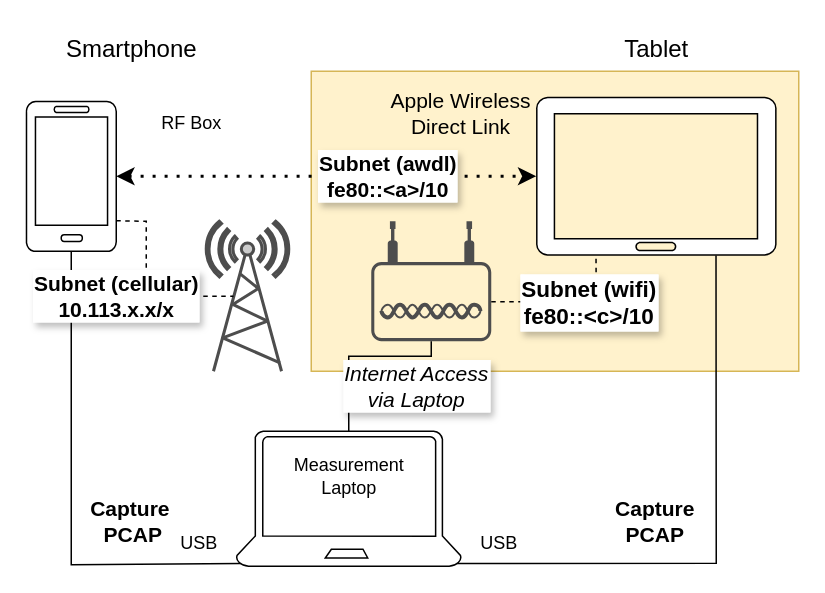
Before: resources/AirDrop Test 3.drawio in JustusvonderBeek/master-thesis-scripts-and-measures, a draw.io diagram. Source tidied: cells renumbered, new cells numbered last; positions are measured from the earlier drawing's top-left corner, leaving out a move shared by most shapes. Both pictures are drawn from the tidied source at 150%, with x=0, y=0 at pixel (26, 26).
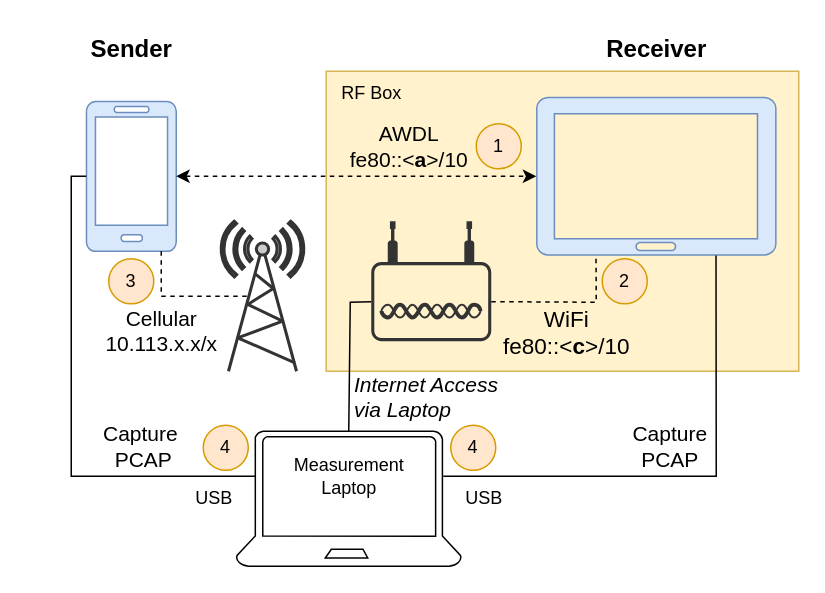
Above is the later version.

The change refers to these unchanged cells:
```xml
<mxCell id="18" style="verticalLabelPosition=bottom;html=1;verticalAlign=top;align=center;strokeColor=default;fillColor=#FFFFFF;shape=mxgraph.azure.laptop;" parent="1" vertex="1">
  <mxGeometry x="140" y="270" width="150" height="90" as="geometry" />
</mxCell>
```

Diff of the diagram source:
```diff
@@
     <mxCell id="2" style="rounded=0;whiteSpace=wrap;html=1;fillColor=#fff2cc;strokeColor=#d6b656;" parent="1" vertex="1">
-      <mxGeometry x="190" y="30" width="325" height="200" as="geometry" />
+      <mxGeometry x="200" y="30" width="315" height="200" as="geometry" />
     </mxCell>
-    <mxCell id="3" style="verticalLabelPosition=bottom;html=1;verticalAlign=top;align=center;shape=mxgraph.azure.mobile;" parent="1" vertex="1">
-      <mxGeometry y="50" width="60" height="100" as="geometry" />
+    <mxCell id="3" style="verticalLabelPosition=bottom;html=1;verticalAlign=top;align=center;shape=mxgraph.azure.mobile;fillColor=#dae8fc;strokeColor=#6c8ebf;" parent="1" vertex="1">
+      <mxGeometry x="40" y="50" width="60" height="100" as="geometry" />
     </mxCell>
-    <mxCell id="4" style="verticalLabelPosition=bottom;html=1;verticalAlign=top;align=center;shape=mxgraph.azure.tablet;" parent="1" vertex="1">
+    <mxCell id="4" style="verticalLabelPosition=bottom;html=1;verticalAlign=top;align=center;shape=mxgraph.azure.tablet;fillColor=#dae8fc;strokeColor=#6c8ebf;" parent="1" vertex="1">
       <mxGeometry x="340" y="47.5" width="160" height="105" as="geometry" />
     </mxCell>
     <mxCell id="5" value="RF Box" style="text;html=1;align=center;verticalAlign=middle;strokeColor=none;fillColor=none;" parent="1" vertex="1">
-      <mxGeometry x="80" y="50" width="60" height="30" as="geometry" />
+      <mxGeometry x="200" y="30" width="60" height="30" as="geometry" />
     </mxCell>
-    <mxCell id="6" value="Subnet (awdl)&lt;br&gt;&lt;div style=&quot;font-size: 14px;&quot;&gt;fe80::&amp;lt;a&amp;gt;/10&lt;br style=&quot;font-size: 14px;&quot;&gt;&lt;/div&gt;" style="endArrow=classic;dashed=1;html=1;dashPattern=1 3;strokeWidth=2;rounded=0;exitX=1;exitY=0.5;exitDx=0;exitDy=0;exitPerimeter=0;entryX=0;entryY=0.5;entryDx=0;entryDy=0;entryPerimeter=0;startArrow=classic;startFill=1;endFill=1;fontStyle=1;fontSize=14;labelBorderColor=#FFFFFF;textShadow=1;spacingLeft=0;spacingRight=0;spacing=2;" parent="1" edge="1" source="3" target="4">
+    <mxCell id="6" value="AWDL&lt;br&gt;&lt;div style=&quot;font-size: 14px;&quot;&gt;fe80::&amp;lt;&lt;b&gt;a&lt;/b&gt;&amp;gt;/10&lt;br style=&quot;font-size: 14px;&quot;&gt;&lt;/div&gt;" style="endArrow=classic;dashed=1;html=1;strokeWidth=1;rounded=0;exitX=1;exitY=0.5;exitDx=0;exitDy=0;exitPerimeter=0;entryX=0;entryY=0.5;entryDx=0;entryDy=0;entryPerimeter=0;startArrow=classic;startFill=1;endFill=1;fontStyle=0;fontSize=14;labelBorderColor=none;textShadow=0;spacingLeft=0;spacingRight=0;spacing=2;labelBackgroundColor=none;verticalAlign=bottom;" parent="1" edge="1" source="3" target="4">
       <mxGeometry x="0.29" relative="1" as="geometry" />
     </mxCell>
-    <mxCell id="7" value="Smartphone" style="text;html=1;align=center;verticalAlign=middle;strokeColor=none;fillColor=none;fontSize=16;" parent="1" vertex="1">
-      <mxGeometry x="15" width="110" height="30" as="geometry" />
+    <mxCell id="7" value="Sender" style="text;html=1;align=center;verticalAlign=middle;strokeColor=none;fillColor=none;fontSize=16;fontStyle=1;" parent="1" vertex="1">
+      <mxGeometry x="30" width="80" height="30" as="geometry" />
     </mxCell>
-    <mxCell id="8" value="Apple Wireless Direct Link" style="text;whiteSpace=wrap;html=1;fontSize=14;align=center;" parent="1" vertex="1">
-      <mxGeometry x="240" y="35" width="100" height="45" as="geometry" />
-    </mxCell>
-    <mxCell id="9" value="&lt;div&gt;Capture&amp;nbsp;&lt;/div&gt;&lt;div&gt;PCAP&lt;/div&gt;" style="endArrow=none;html=1;rounded=0;exitX=0.5;exitY=1;exitDx=0;exitDy=0;exitPerimeter=0;entryX=0.02;entryY=0.98;entryDx=0;entryDy=0;entryPerimeter=0;fontSize=14;fontStyle=1;" parent="1" edge="1" source="3" target="18">
-      <mxGeometry x="0.55" y="29" relative="1" as="geometry">
+    <mxCell id="9" value="&lt;div&gt;Capture&amp;nbsp;&lt;/div&gt;&lt;div&gt;PCAP&lt;/div&gt;" style="endArrow=none;html=1;rounded=0;exitX=0;exitY=0.5;exitDx=0;exitDy=0;exitPerimeter=0;fontSize=14;fontStyle=0;verticalAlign=bottom;" parent="1" edge="1" source="3">
+      <mxGeometry x="0.55" relative="1" as="geometry">
+        <mxPoint x="153" y="300" as="targetPoint" />
         <Array as="points">
-          <mxPoint x="30" y="359" />
+          <mxPoint x="30" y="100" />
+          <mxPoint x="30" y="300" />
         </Array>
       </mxGeometry>
     </mxCell>
     <mxCell id="10" value="USB" style="text;html=1;align=center;verticalAlign=middle;strokeColor=none;fillColor=none;" parent="1" vertex="1">
-      <mxGeometry x="90" y="330" width="50" height="30" as="geometry" />
+      <mxGeometry x="100" y="300" width="50" height="30" as="geometry" />
     </mxCell>
-    <mxCell id="11" value="Tablet" style="text;html=1;align=center;verticalAlign=middle;strokeColor=none;fillColor=none;fontSize=16;" parent="1" vertex="1">
-      <mxGeometry x="385" width="70" height="30" as="geometry" />
+    <mxCell id="11" value="Receiver" style="text;html=1;align=center;verticalAlign=middle;strokeColor=none;fillColor=none;fontSize=16;fontStyle=1;" parent="1" vertex="1">
+      <mxGeometry x="375" width="90" height="30" as="geometry" />
     </mxCell>
-    <mxCell id="12" value="&lt;div&gt;Capture&lt;/div&gt;&lt;div&gt;PCAP&lt;/div&gt;" style="endArrow=none;html=1;rounded=0;exitX=0.98;exitY=0.98;exitDx=0;exitDy=0;exitPerimeter=0;entryX=0.749;entryY=1.003;entryDx=0;entryDy=0;entryPerimeter=0;fontStyle=1;fontSize=14;" parent="1" edge="1" source="18" target="4">
-      <mxGeometry x="-0.3" y="28" relative="1" as="geometry">
+    <mxCell id="12" value="&lt;div&gt;Capture&lt;/div&gt;&lt;div&gt;PCAP&lt;/div&gt;" style="endArrow=none;html=1;rounded=0;entryX=0.749;entryY=1.003;entryDx=0;entryDy=0;entryPerimeter=0;fontStyle=0;fontSize=14;verticalAlign=bottom;" parent="1" edge="1" target="4">
+      <mxGeometry x="-0.08" relative="1" as="geometry">
+        <mxPoint x="278" y="300" as="sourcePoint" />
         <Array as="points">
-          <mxPoint x="460" y="358" />
+          <mxPoint x="460" y="300" />
         </Array>
       </mxGeometry>
     </mxCell>
     <mxCell id="13" value="USB" style="text;html=1;align=center;verticalAlign=middle;strokeColor=none;fillColor=none;" parent="1" vertex="1">
-      <mxGeometry x="290" y="330" width="50" height="30" as="geometry" />
+      <mxGeometry x="280" y="300" width="50" height="30" as="geometry" />
     </mxCell>
@@
-    <mxCell id="15" style="points=[[0.03,0.36,0],[0.18,0,0],[0.5,0.34,0],[0.82,0,0],[0.97,0.36,0],[1,0.67,0],[0.975,0.975,0],[0.5,1,0],[0.025,0.975,0],[0,0.67,0]];verticalLabelPosition=bottom;sketch=0;html=1;verticalAlign=top;align=center;shape=mxgraph.cisco19.wireless_access_point;fillColor=#4D4D4D;strokeColor=none;" parent="1" vertex="1">
+    <mxCell id="15" style="points=[[0.03,0.36,0],[0.18,0,0],[0.5,0.34,0],[0.82,0,0],[0.97,0.36,0],[1,0.67,0],[0.975,0.975,0],[0.5,1,0],[0.025,0.975,0],[0,0.67,0]];verticalLabelPosition=bottom;sketch=0;html=1;verticalAlign=top;align=center;shape=mxgraph.cisco19.wireless_access_point;fillColor=#333333;strokeColor=none;" parent="1" vertex="1">
       <mxGeometry x="230" y="130" width="80" height="80" as="geometry" />
     </mxCell>
-    <mxCell id="16" value="&lt;div&gt;Subnet (wifi)&lt;br&gt;&lt;/div&gt;&lt;div&gt;fe80::&amp;lt;c&amp;gt;/10&lt;br&gt;&lt;/div&gt;" style="endArrow=none;dashed=1;html=1;rounded=0;exitX=1;exitY=0.67;exitDx=0;exitDy=0;exitPerimeter=0;entryX=0.249;entryY=0.997;entryDx=0;entryDy=0;entryPerimeter=0;fontStyle=1;fontSize=15;labelBorderColor=#FFFFFF;textShadow=1;" parent="1" edge="1" source="15" target="4">
-      <mxGeometry x="0.27" relative="1" as="geometry">
+    <mxCell id="16" value="&lt;div&gt;WiFi&lt;br&gt;&lt;/div&gt;&lt;div&gt;fe80::&amp;lt;&lt;b&gt;c&lt;/b&gt;&amp;gt;/10&lt;br&gt;&lt;/div&gt;" style="endArrow=none;dashed=1;html=1;rounded=0;exitX=1;exitY=0.67;exitDx=0;exitDy=0;exitPerimeter=0;entryX=0.249;entryY=0.997;entryDx=0;entryDy=0;entryPerimeter=0;fontStyle=0;fontSize=15;labelBorderColor=none;textShadow=0;labelBackgroundColor=none;verticalAlign=top;spacing=-2;" parent="1" edge="1" source="15" target="4">
+      <mxGeometry x="-0.02" relative="1" as="geometry">
         <Array as="points">
           <mxPoint x="380" y="184" />
         </Array>
       </mxGeometry>
     </mxCell>
-    <mxCell id="17" value="&lt;div&gt;Internet Access&lt;/div&gt;&lt;div&gt;via Laptop&lt;br&gt;&lt;/div&gt;" style="endArrow=none;html=1;rounded=0;exitX=0.5;exitY=0;exitDx=0;exitDy=0;exitPerimeter=0;entryX=0.5;entryY=1;entryDx=0;entryDy=0;entryPerimeter=0;fontStyle=2;fontSize=14;labelBorderColor=#FFFFFF;textShadow=1;" parent="1" edge="1" source="18" target="15">
-      <mxGeometry x="0.65" y="-20" relative="1" as="geometry">
+    <mxCell id="17" value="&lt;div&gt;Internet Access&lt;/div&gt;&lt;div&gt;via Laptop&lt;br&gt;&lt;/div&gt;" style="endArrow=none;html=1;rounded=0;exitX=0.5;exitY=0;exitDx=0;exitDy=0;exitPerimeter=0;fontStyle=2;fontSize=14;labelBorderColor=none;textShadow=0;labelBackgroundColor=none;verticalAlign=middle;labelPosition=right;verticalLabelPosition=middle;align=left;spacingLeft=2;entryX=0;entryY=0.67;entryDx=0;entryDy=0;entryPerimeter=0;" parent="1" edge="1" source="18" target="15">
+      <mxGeometry x="-0.54" relative="1" as="geometry">
         <Array as="points">
-          <mxPoint x="215" y="220" />
-          <mxPoint x="270" y="220" />
+          <mxPoint x="216" y="184" />
         </Array>
       </mxGeometry>
     </mxCell>
@@
-    <mxCell id="19" style="fontColor=#0066CC;verticalAlign=top;verticalLabelPosition=bottom;labelPosition=center;align=center;html=1;outlineConnect=0;fillColor=#CCCCCC;strokeColor=#4D4D4D;gradientColor=none;gradientDirection=north;strokeWidth=2;shape=mxgraph.networks.radio_tower;" parent="1" vertex="1">
-      <mxGeometry x="120" y="130" width="55" height="100" as="geometry" />
+    <mxCell id="19" style="fontColor=#0066CC;verticalAlign=top;verticalLabelPosition=bottom;labelPosition=center;align=center;html=1;outlineConnect=0;fillColor=#CCCCCC;strokeColor=#333333;gradientColor=none;gradientDirection=north;strokeWidth=2;shape=mxgraph.networks.radio_tower;" parent="1" vertex="1">
+      <mxGeometry x="130" y="130" width="55" height="100" as="geometry" />
     </mxCell>
-    <mxCell id="20" value="&lt;div style=&quot;font-size: 14px;&quot;&gt;Subnet (cellular)&lt;/div&gt;&lt;div style=&quot;font-size: 14px;&quot;&gt;10.113.x.x/x&lt;br style=&quot;font-size: 14px;&quot;&gt;&lt;/div&gt;" style="endArrow=none;dashed=1;html=1;rounded=0;exitX=1;exitY=0.797;exitDx=0;exitDy=0;exitPerimeter=0;entryX=0.33;entryY=0.5;entryDx=0;entryDy=0;entryPerimeter=0;fontStyle=1;fontSize=14;labelBorderColor=#FFFFFF;textShadow=1;" parent="1" edge="1" source="3" target="19">
-      <mxGeometry x="0.09" y="-20" relative="1" as="geometry">
+    <mxCell id="20" value="&lt;div style=&quot;font-size: 14px;&quot;&gt;&lt;span style=&quot;background-color: initial;&quot;&gt;Cellular&lt;/span&gt;&lt;/div&gt;&lt;div style=&quot;font-size: 14px;&quot;&gt;&lt;span style=&quot;background-color: initial;&quot;&gt;10.113.x.x/x&lt;/span&gt;&lt;br&gt;&lt;/div&gt;" style="endArrow=none;dashed=1;html=1;rounded=0;entryX=0.33;entryY=0.5;entryDx=0;entryDy=0;entryPerimeter=0;fontStyle=0;fontSize=14;labelBorderColor=none;textShadow=0;labelBackgroundColor=none;verticalAlign=top;" parent="1" edge="1" target="19">
+      <mxGeometry x="-0.32" relative="1" as="geometry">
+        <mxPoint x="90" y="150" as="sourcePoint" />
         <Array as="points">
-          <mxPoint x="80" y="130" />
-          <mxPoint x="80" y="180" />
+          <mxPoint x="90" y="180" />
         </Array>
-        <mxPoint x="-20" y="-20" as="offset" />
       </mxGeometry>
     </mxCell>
+    <mxCell id="21" value="1" style="ellipse;whiteSpace=wrap;html=1;fillColor=#ffe6cc;strokeColor=#d79b00;" parent="1" vertex="1">
+      <mxGeometry x="300" y="65" width="30" height="30" as="geometry" />
+    </mxCell>
+    <mxCell id="22" value="2" style="ellipse;whiteSpace=wrap;html=1;fillColor=#ffe6cc;strokeColor=#d79b00;" parent="1" vertex="1">
+      <mxGeometry x="384" y="155" width="30" height="30" as="geometry" />
+    </mxCell>
+    <mxCell id="23" value="3" style="ellipse;whiteSpace=wrap;html=1;fillColor=#ffe6cc;strokeColor=#d79b00;" parent="1" vertex="1">
+      <mxGeometry x="55" y="155" width="30" height="30" as="geometry" />
+    </mxCell>
+    <mxCell id="24" value="4" style="ellipse;whiteSpace=wrap;html=1;fillColor=#ffe6cc;strokeColor=#d79b00;" parent="1" vertex="1">
+      <mxGeometry x="118" y="266" width="30" height="30" as="geometry" />
+    </mxCell>
+    <mxCell id="25" value="4" style="ellipse;whiteSpace=wrap;html=1;fillColor=#ffe6cc;strokeColor=#d79b00;" parent="1" vertex="1">
+      <mxGeometry x="283" y="266" width="30" height="30" as="geometry" />
+    </mxCell>
```
